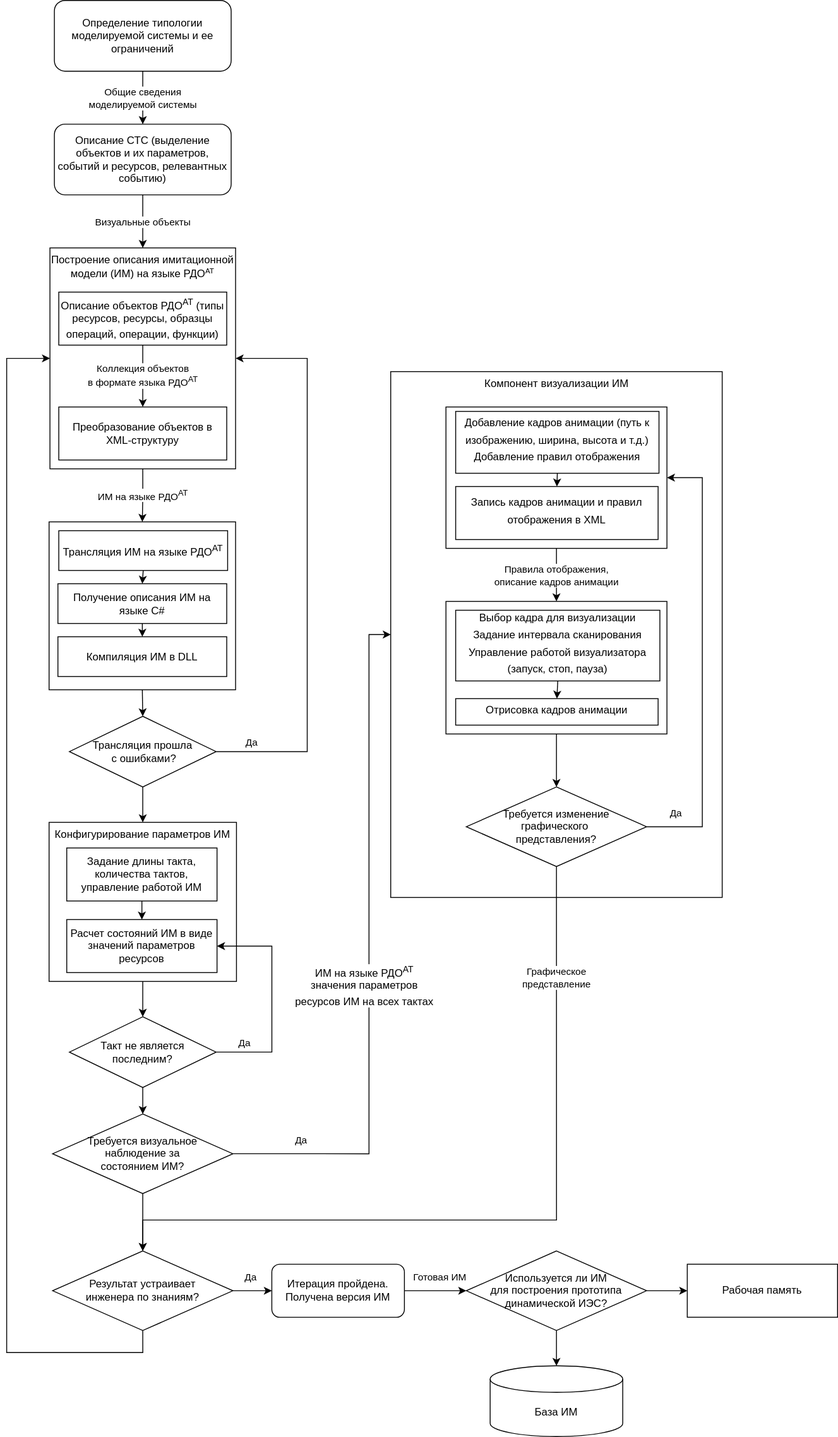
Before: docs/artifacts/legacy_scheme.svg, a diagram exported from draw.io (leerycorsair/ATTec-Simulation-Subsystem). Source tidied: cells renumbered, new cells last; positions are measured from the earlier drawing's top-left corner, leaving out a move shared by most shapes.
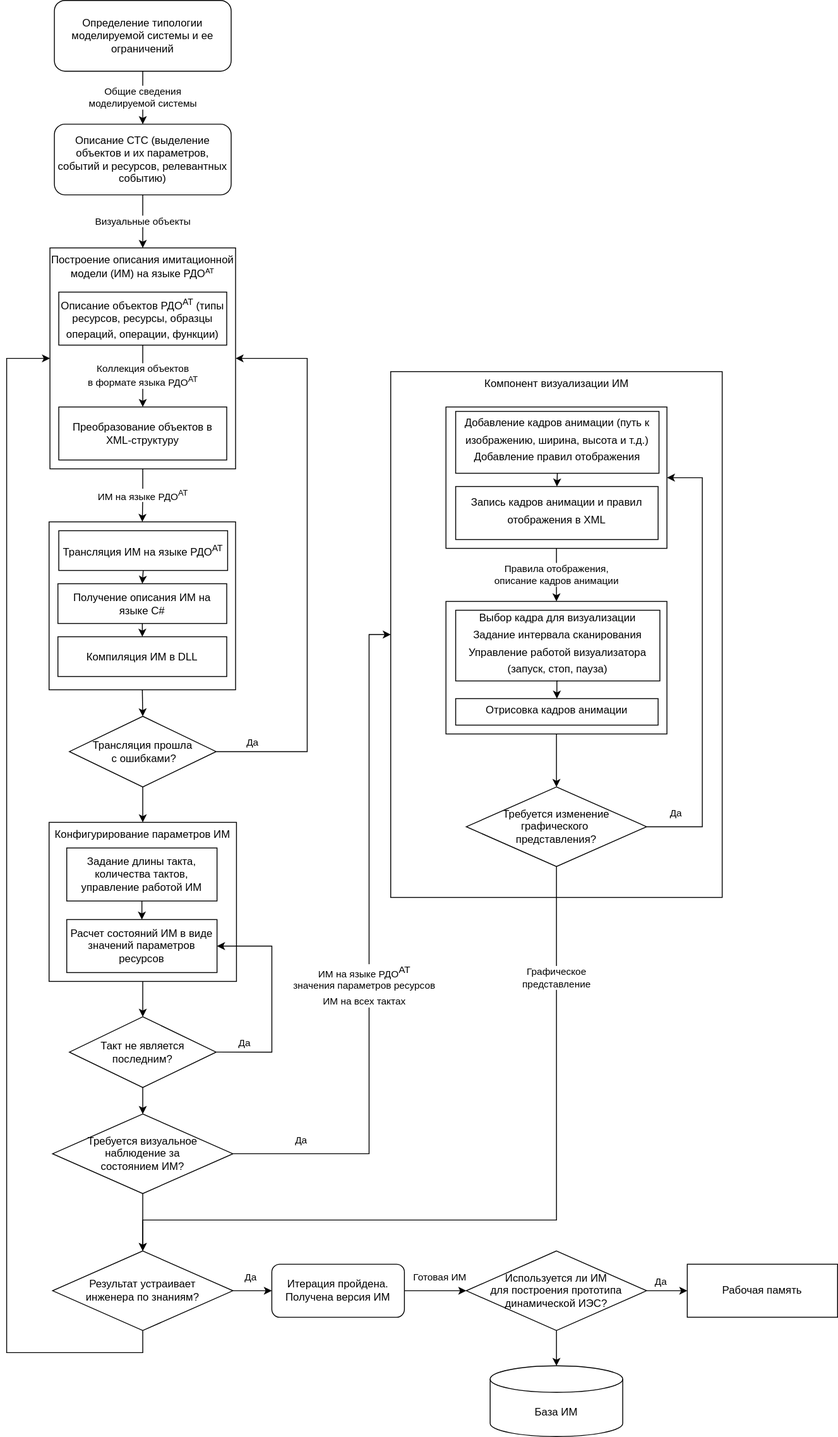
After the commit.

Commit message:
legacy docs updage

Change to the diagram source:
```diff
@@ -65,7 +65,7 @@
       <mxGeometry x="54" width="200" height="80" as="geometry" />
     </mxCell>
     <mxCell id="21" value="Визуальные объекты" style="edgeStyle=orthogonalEdgeStyle;rounded=0;jettySize=auto;html=1;exitX=0.5;exitY=1;exitDx=0;exitDy=0;entryX=0.5;entryY=0;entryDx=0;entryDy=0;" parent="1" edge="1" source="22" target="24">
-      <mxGeometry relative="1" as="geometry" />
+      <mxGeometry x="0.01" relative="1" as="geometry" />
     </mxCell>
     <mxCell id="22" value="Описание СТС (выделение объектов и их параметров, событий и ресурсов, релевантных событию)" style="rounded=1;whiteSpace=wrap;html=1;" parent="1" vertex="1">
       <mxGeometry x="54" y="140" width="200" height="80" as="geometry" />
@@ -193,8 +193,8 @@
     <mxCell id="56" value="Итерация пройдена. Получена версия ИМ" style="rounded=1;whiteSpace=wrap;html=1;" parent="1" vertex="1">
       <mxGeometry x="300" y="1430" width="150" height="60" as="geometry" />
     </mxCell>
-    <mxCell id="57" style="edgeStyle=orthogonalEdgeStyle;rounded=0;jettySize=auto;html=1;exitX=1;exitY=0.5;exitDx=0;exitDy=0;entryX=0;entryY=0.5;entryDx=0;entryDy=0;" parent="1" edge="1" source="58" target="61">
-      <mxGeometry relative="1" as="geometry" />
+    <mxCell id="57" value="Да" style="edgeStyle=orthogonalEdgeStyle;rounded=0;jettySize=auto;html=1;exitX=1;exitY=0.5;exitDx=0;exitDy=0;entryX=0;entryY=0.5;entryDx=0;entryDy=0;" parent="1" edge="1" source="58" target="61">
+      <mxGeometry x="-0.3" y="10" relative="1" as="geometry" />
     </mxCell>
     <mxCell id="58" value="Используется ли ИМ&lt;br&gt;для построения прототипа&lt;br&gt;динамической ИЭС?" style="rhombus;whiteSpace=wrap;html=1;" parent="1" vertex="1">
       <mxGeometry x="520" y="1415" width="204" height="90" as="geometry" />
@@ -208,10 +208,10 @@
     <mxCell id="61" value="Рабочая память" style="rounded=0;whiteSpace=wrap;html=1;" parent="1" vertex="1">
       <mxGeometry x="770" y="1430" width="170" height="60" as="geometry" />
     </mxCell>
-    <mxCell id="62" value="ИМ на языке РДО&lt;sup&gt;АТ&lt;/sup&gt;&lt;br&gt;значения параметров ресурсов ИМ на всех тактах&lt;sup&gt;&lt;br&gt;&lt;/sup&gt;" style="text;html=1;strokeColor=none;fillColor=none;align=center;verticalAlign=middle;whiteSpace=wrap;rounded=0;labelBackgroundColor=default;" parent="1" vertex="1">
+    <mxCell id="62" value="ИМ на языке РДО&lt;sup style=&quot;font-size: 11px;&quot;&gt;АТ&lt;/sup&gt;&lt;br style=&quot;font-size: 11px;&quot;&gt;значения параметров ресурсов ИМ на всех тактах&lt;sup style=&quot;font-size: 11px;&quot;&gt;&lt;br style=&quot;font-size: 11px;&quot;&gt;&lt;/sup&gt;" style="text;html=1;strokeColor=none;fillColor=none;align=center;verticalAlign=middle;whiteSpace=wrap;rounded=0;labelBackgroundColor=default;fontSize=11;" parent="1" vertex="1">
       <mxGeometry x="320" y="1100" width="170" height="30" as="geometry" />
     </mxCell>
-    <mxCell id="63" value="Графическое &lt;br&gt;представление" style="edgeStyle=orthogonalEdgeStyle;rounded=0;jettySize=auto;html=1;exitX=0.5;exitY=1;exitDx=0;exitDy=0;entryX=0.5;entryY=0;entryDx=0;entryDy=0;" parent="1" edge="1" source="17" target="54">
+    <mxCell id="63" value="Графическое &lt;br style=&quot;font-size: 11px;&quot;&gt;представление" style="edgeStyle=orthogonalEdgeStyle;rounded=0;jettySize=auto;html=1;exitX=0.5;exitY=1;exitDx=0;exitDy=0;entryX=0.5;entryY=0;entryDx=0;entryDy=0;fontSize=11;" parent="1" edge="1" source="17" target="54">
       <mxGeometry x="-0.72" relative="1" as="geometry">
         <Array as="points">
           <mxPoint x="622" y="1380" />
```
